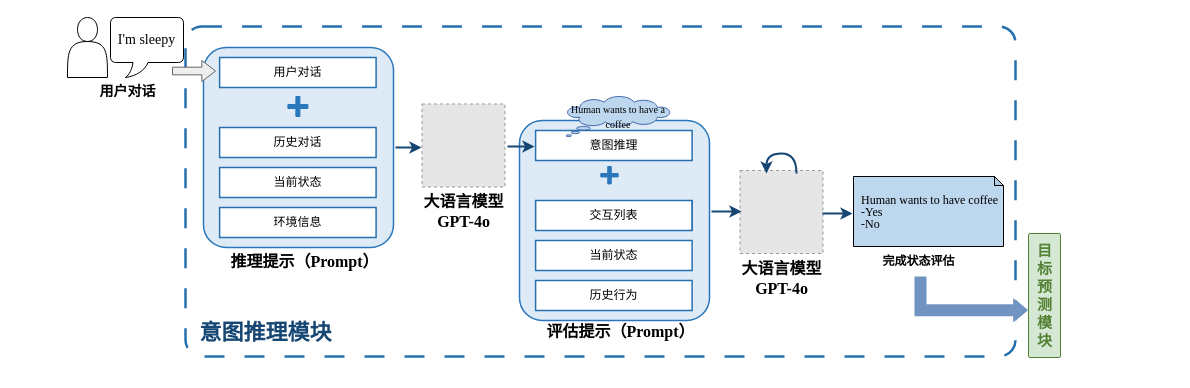
The draw.io diagram 高级推理模块.drawio in Rinco1018/project_test, before the edit. Source tidied: cells renumbered, new cells numbered last; positions are measured from the earlier drawing's top-left corner, leaving out a move shared by most shapes. Both pictures are drawn from the tidied source at 100%, with x=0, y=0 at pixel (17, 17). Pictures stored in the file or linked from it are replaced by grey dashed boxes.
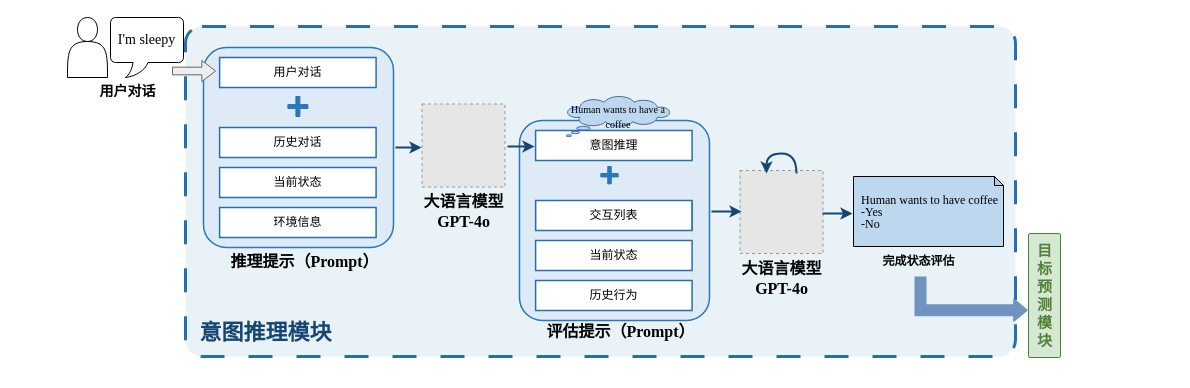
The same diagram, later.

Commit message:
更新高级推理模块.drawio

Diff of the diagram source:
```diff
@@
-    <mxCell id="2" style="rounded=1;arcSize=5;whiteSpace=wrap;html=1;fillColor=light-dark(#FFFFFF,#1D293B);strokeColor=light-dark(#2770b0, #ededed);dashed=1;dashPattern=8 8;strokeWidth=2.5;" parent="1" vertex="1">
+    <mxCell id="2" style="rounded=1;arcSize=5;whiteSpace=wrap;html=1;fillColor=light-dark(#E9F3F7,#1D293B);strokeColor=light-dark(#2770b0, #ededed);dashed=1;dashPattern=8 8;strokeWidth=3;" parent="1" vertex="1">
       <mxGeometry x="168" y="9" width="830" height="330" as="geometry" />
     </mxCell>
```
